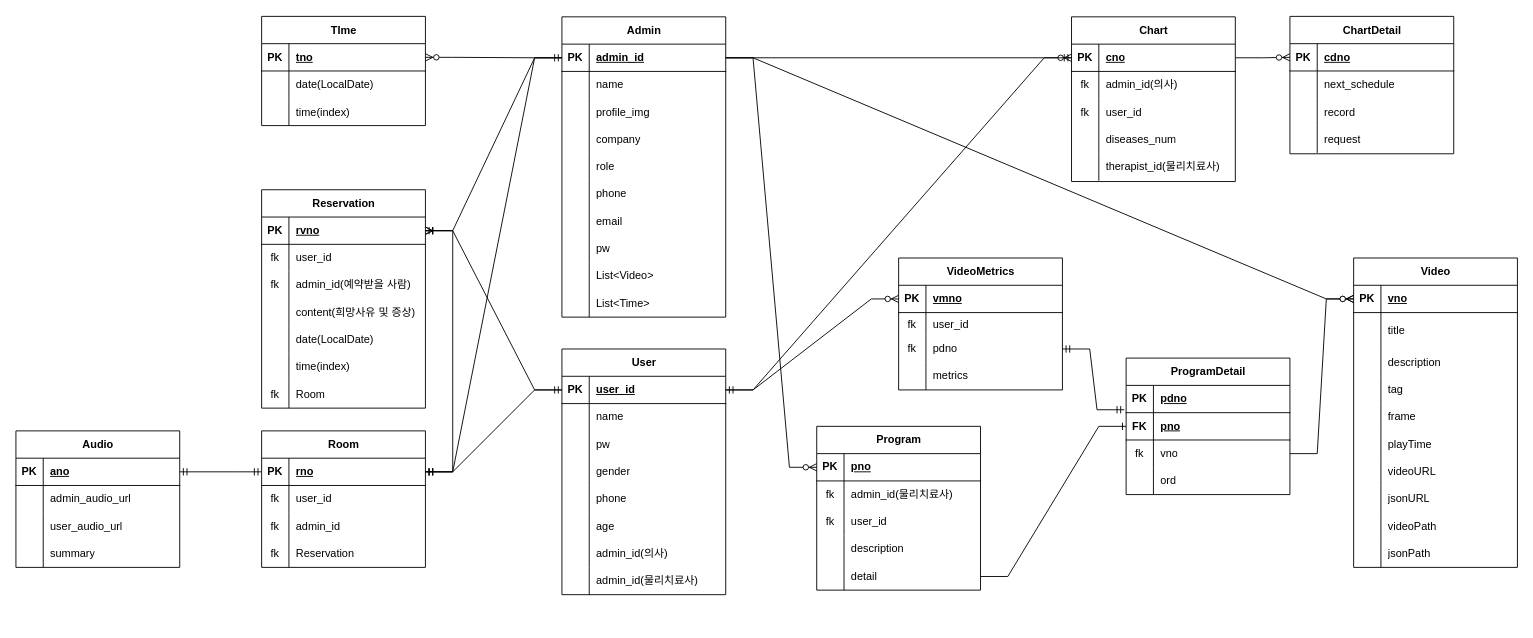
The draw.io diagram dbModeling.drawio in sync-without-async/Rehab-BackEnd, before the edit. Source tidied: cells renumbered, new cells numbered last; positions are measured from the earlier drawing's top-left corner, leaving out a move shared by most shapes. Both pictures are drawn from the tidied source at 91%, with x=0, y=0 at pixel (15, 16).
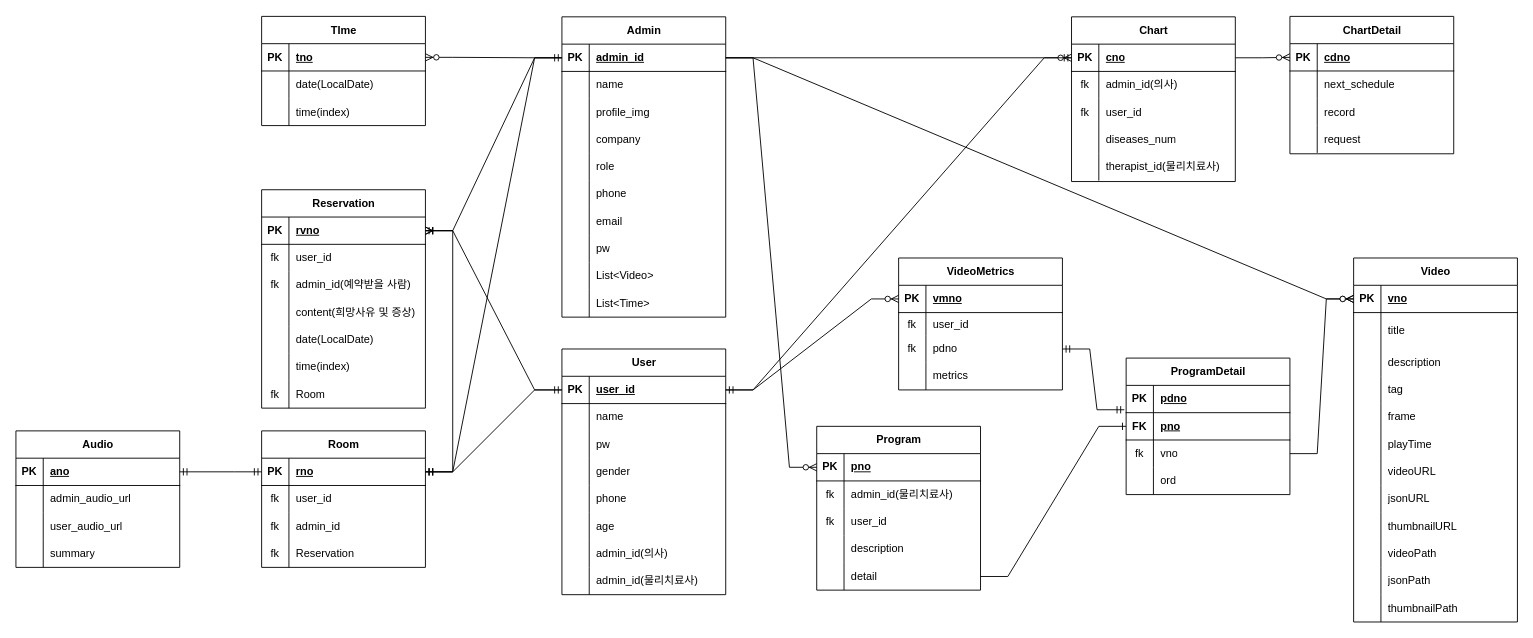
Above is the later version.

Commit message:
refactor : add Thumbnail Path, URL

The edit, as a diff of the source:
```diff
@@
     <mxCell id="121" value="Video" style="shape=table;startSize=30;childLayout=tableLayout;rowLines=0;fontStyle=1;align=center;html=1;" parent="1" vertex="1">
-      <mxGeometry x="1470" y="265" width="180" height="340" as="geometry" />
+      <mxGeometry x="1470" y="265" width="180" height="400" as="geometry" />
     </mxCell>
@@
+    <mxCell id="234" style="shape=tableRow;horizontal=0;startSize=0;swimlaneHead=0;swimlaneBody=0;fillColor=none;top=0;left=0;right=0;bottom=0;" parent="121" vertex="1">
+      <mxGeometry y="280" width="180" height="30" as="geometry" />
+    </mxCell>
+    <mxCell id="235" style="shape=partialRectangle;fillColor=none;top=0;left=0;bottom=0;right=0;overflow=hidden;whiteSpace=wrap;html=1;" parent="234" vertex="1">
+      <mxGeometry width="30" height="30" as="geometry" />
+    </mxCell>
+    <mxCell id="236" value="thumbnailURL" style="shape=partialRectangle;fillColor=none;top=0;left=0;bottom=0;right=0;align=left;spacingLeft=6;overflow=hidden;whiteSpace=wrap;html=1;" parent="234" vertex="1">
+      <mxGeometry x="30" width="150" height="30" as="geometry" />
+    </mxCell>
     <mxCell id="146" style="shape=tableRow;horizontal=0;startSize=0;swimlaneHead=0;swimlaneBody=0;fillColor=none;top=0;left=0;right=0;bottom=0;" parent="121" vertex="1">
-      <mxGeometry y="280" width="180" height="30" as="geometry" />
+      <mxGeometry y="310" width="180" height="30" as="geometry" />
     </mxCell>
@@
     <mxCell id="149" style="shape=tableRow;horizontal=0;startSize=0;swimlaneHead=0;swimlaneBody=0;fillColor=none;top=0;left=0;right=0;bottom=0;" parent="121" vertex="1">
-      <mxGeometry y="310" width="180" height="30" as="geometry" />
+      <mxGeometry y="340" width="180" height="30" as="geometry" />
     </mxCell>
@@
+    <mxCell id="237" style="shape=tableRow;horizontal=0;startSize=0;swimlaneHead=0;swimlaneBody=0;fillColor=none;top=0;left=0;right=0;bottom=0;" parent="121" vertex="1">
+      <mxGeometry y="370" width="180" height="30" as="geometry" />
+    </mxCell>
+    <mxCell id="238" style="shape=partialRectangle;fillColor=none;top=0;left=0;bottom=0;right=0;overflow=hidden;whiteSpace=wrap;html=1;" parent="237" vertex="1">
+      <mxGeometry width="30" height="30" as="geometry" />
+    </mxCell>
+    <mxCell id="239" value="thumbnailPath" style="shape=partialRectangle;fillColor=none;top=0;left=0;bottom=0;right=0;align=left;spacingLeft=6;overflow=hidden;whiteSpace=wrap;html=1;" parent="237" vertex="1">
+      <mxGeometry x="30" width="150" height="30" as="geometry" />
+    </mxCell>
```
